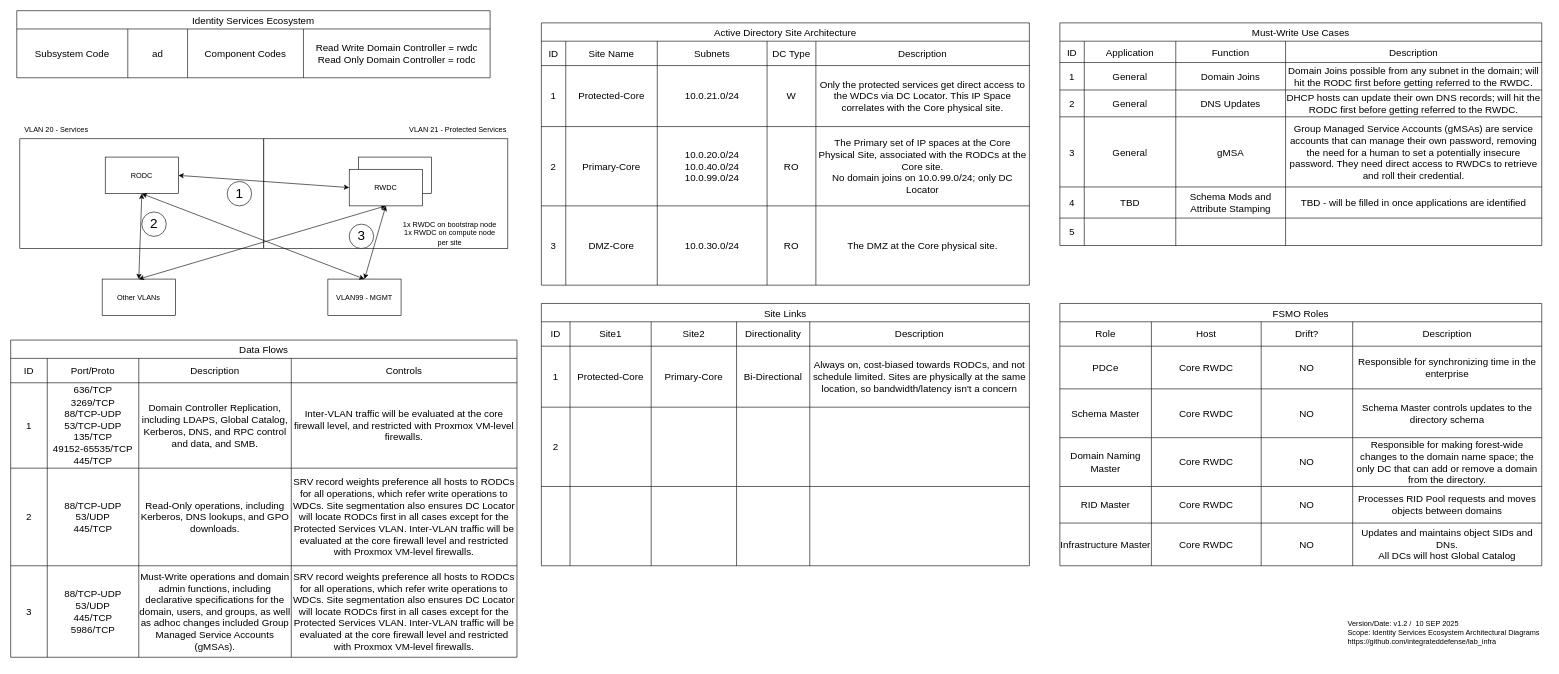
Above: page "Page-1" (1 of 2) of diagrams/Subsystems/Identity Services.drawio in integrateddefense/lab_infra (draw.io), before the change. Source tidied: cells renumbered, new cells numbered last; positions are measured from the earlier drawing's top-left corner, leaving out a move shared by most shapes. Both pictures are drawn from the tidied source at 61%, with x=0, y=0 at pixel (10, 10).
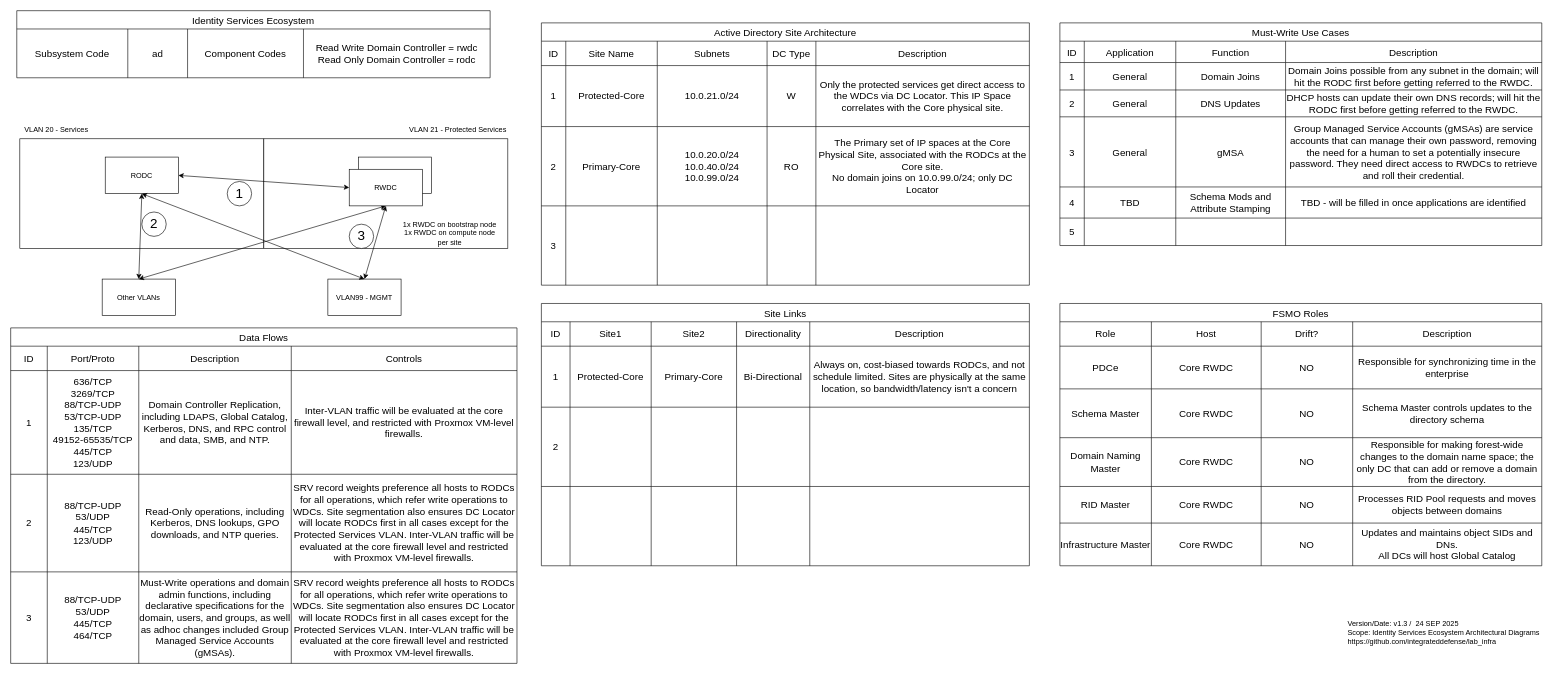
The same page after the edit.

Commit message (it also covers changes not shown here):
port updates for data flows

Unchanged cells that the change refers to:
```xml
<mxCell id="58" style="shape=tableRow;horizontal=0;startSize=0;swimlaneHead=0;swimlaneBody=0;strokeColor=inherit;top=0;left=0;bottom=0;right=0;fillColor=none;fontSize=16;" parent="39" vertex="1">
  <mxGeometry y="300" width="800" height="130" as="geometry" />
</mxCell>
```

Change to the diagram source:
```diff
@@
-    <mxCell id="2" value="Version/Date: v1.2 /&amp;nbsp; 10 SEP 2025&lt;div&gt;Scope: Identity Services Ecosystem Architectural Diagrams&lt;/div&gt;&lt;div&gt;https://github.com/integrateddefense/lab_infra&lt;/div&gt;" style="text;html=1;align=left;verticalAlign=middle;whiteSpace=wrap;rounded=0;spacingBottom=0;" parent="1" vertex="1">
+    <mxCell id="2" value="Version/Date: v1.3 /&amp;nbsp; 24 SEP 2025&lt;div&gt;Scope: Identity Services Ecosystem Architectural Diagrams&lt;/div&gt;&lt;div&gt;https://github.com/integrateddefense/lab_infra&lt;/div&gt;" style="text;html=1;align=left;verticalAlign=middle;whiteSpace=wrap;rounded=0;spacingBottom=0;" parent="1" vertex="1">
       <mxGeometry x="2190" y="970" width="330" height="100" as="geometry" />
     </mxCell>
@@
     <mxCell id="13" value="Data Flows" style="shape=table;startSize=30;childLayout=tableLayout;strokeColor=default;fontSize=16;" parent="1" vertex="1">
-      <mxGeometry y="540" width="830" height="520" as="geometry" />
+      <mxGeometry y="520" width="830" height="550" as="geometry" />
     </mxCell>
@@
     <mxCell id="19" style="shape=tableRow;horizontal=0;startSize=0;swimlaneHead=0;swimlaneBody=0;strokeColor=inherit;top=0;left=0;bottom=0;right=0;fillColor=none;fontSize=16;" parent="13" vertex="1">
-      <mxGeometry y="70" width="830" height="140" as="geometry" />
+      <mxGeometry y="70" width="830" height="170" as="geometry" />
     </mxCell>
     <mxCell id="20" value="1" style="shape=partialRectangle;html=1;whiteSpace=wrap;strokeColor=inherit;overflow=hidden;fillColor=none;top=0;left=0;bottom=0;right=0;fontSize=16;" parent="19" vertex="1">
-      <mxGeometry width="60" height="140" as="geometry" />
+      <mxGeometry width="60" height="170" as="geometry" />
     </mxCell>
-    <mxCell id="21" value="636/TCP&lt;br&gt;3269/TCP&lt;br&gt;&lt;div&gt;88/TCP-UDP&lt;/div&gt;&lt;div&gt;53/TCP-UDP&lt;/div&gt;&lt;div&gt;135/TCP&lt;/div&gt;&lt;div&gt;49152-65535/TCP&lt;/div&gt;&lt;div&gt;445/TCP&lt;/div&gt;" style="shape=partialRectangle;html=1;whiteSpace=wrap;strokeColor=inherit;overflow=hidden;fillColor=none;top=0;left=0;bottom=0;right=0;fontSize=16;" parent="19" vertex="1">
-      <mxGeometry x="60" width="150" height="140" as="geometry" />
+    <mxCell id="21" value="636/TCP&lt;br&gt;3269/TCP&lt;br&gt;&lt;div&gt;88/TCP-UDP&lt;/div&gt;&lt;div&gt;53/TCP-UDP&lt;/div&gt;&lt;div&gt;135/TCP&lt;/div&gt;&lt;div&gt;49152-65535/TCP&lt;/div&gt;&lt;div&gt;445/TCP&lt;/div&gt;&lt;div&gt;123/UDP&lt;/div&gt;" style="shape=partialRectangle;html=1;whiteSpace=wrap;strokeColor=inherit;overflow=hidden;fillColor=none;top=0;left=0;bottom=0;right=0;fontSize=16;" parent="19" vertex="1">
+      <mxGeometry x="60" width="150" height="170" as="geometry" />
     </mxCell>
-    <mxCell id="22" value="Domain Controller Replication, including LDAPS, Global Catalog, Kerberos, DNS, and RPC control and data, and SMB." style="shape=partialRectangle;html=1;whiteSpace=wrap;strokeColor=inherit;overflow=hidden;fillColor=none;top=0;left=0;bottom=0;right=0;fontSize=16;" parent="19" vertex="1">
-      <mxGeometry x="210" width="250" height="140" as="geometry" />
+    <mxCell id="22" value="Domain Controller Replication, including LDAPS, Global Catalog, Kerberos, DNS, and RPC control and data, SMB, and NTP." style="shape=partialRectangle;html=1;whiteSpace=wrap;strokeColor=inherit;overflow=hidden;fillColor=none;top=0;left=0;bottom=0;right=0;fontSize=16;" parent="19" vertex="1">
+      <mxGeometry x="210" width="250" height="170" as="geometry" />
     </mxCell>
     <mxCell id="23" value="Inter-VLAN traffic will be evaluated at the core firewall level, and restricted with Proxmox VM-level firewalls." style="shape=partialRectangle;html=1;whiteSpace=wrap;strokeColor=inherit;overflow=hidden;fillColor=none;top=0;left=0;bottom=0;right=0;fontSize=16;" parent="19" vertex="1">
-      <mxGeometry x="460" width="370" height="140" as="geometry" />
+      <mxGeometry x="460" width="370" height="170" as="geometry" />
     </mxCell>
     <mxCell id="24" style="shape=tableRow;horizontal=0;startSize=0;swimlaneHead=0;swimlaneBody=0;strokeColor=inherit;top=0;left=0;bottom=0;right=0;fillColor=none;fontSize=16;" parent="13" vertex="1">
-      <mxGeometry y="210" width="830" height="160" as="geometry" />
+      <mxGeometry y="240" width="830" height="160" as="geometry" />
     </mxCell>
@@
-    <mxCell id="26" value="88/TCP-UDP&lt;div&gt;53/UDP&lt;/div&gt;&lt;div&gt;445/TCP&lt;/div&gt;" style="shape=partialRectangle;html=1;whiteSpace=wrap;strokeColor=inherit;overflow=hidden;fillColor=none;top=0;left=0;bottom=0;right=0;fontSize=16;" parent="24" vertex="1">
+    <mxCell id="26" value="88/TCP-UDP&lt;div&gt;53/UDP&lt;/div&gt;&lt;div&gt;445/TCP&lt;/div&gt;&lt;div&gt;123/UDP&lt;/div&gt;" style="shape=partialRectangle;html=1;whiteSpace=wrap;strokeColor=inherit;overflow=hidden;fillColor=none;top=0;left=0;bottom=0;right=0;fontSize=16;" parent="24" vertex="1">
       <mxGeometry x="60" width="150" height="160" as="geometry" />
     </mxCell>
-    <mxCell id="27" value="Read-Only operations, including Kerberos, DNS lookups, and GPO downloads." style="shape=partialRectangle;html=1;whiteSpace=wrap;strokeColor=inherit;overflow=hidden;fillColor=none;top=0;left=0;bottom=0;right=0;fontSize=16;" parent="24" vertex="1">
+    <mxCell id="27" value="Read-Only operations, including Kerberos, DNS lookups, GPO downloads, and NTP queries." style="shape=partialRectangle;html=1;whiteSpace=wrap;strokeColor=inherit;overflow=hidden;fillColor=none;top=0;left=0;bottom=0;right=0;fontSize=16;" parent="24" vertex="1">
       <mxGeometry x="210" width="250" height="160" as="geometry" />
     </mxCell>
@@
     <mxCell id="29" style="shape=tableRow;horizontal=0;startSize=0;swimlaneHead=0;swimlaneBody=0;strokeColor=inherit;top=0;left=0;bottom=0;right=0;fillColor=none;fontSize=16;" parent="13" vertex="1">
-      <mxGeometry y="370" width="830" height="150" as="geometry" />
+      <mxGeometry y="400" width="830" height="150" as="geometry" />
     </mxCell>
@@
-    <mxCell id="31" value="88/TCP-UDP&lt;div&gt;53/UDP&lt;/div&gt;&lt;div&gt;445/TCP&lt;/div&gt;&lt;div&gt;5986/TCP&lt;/div&gt;" style="shape=partialRectangle;html=1;whiteSpace=wrap;strokeColor=inherit;overflow=hidden;fillColor=none;top=0;left=0;bottom=0;right=0;fontSize=16;" parent="29" vertex="1">
+    <mxCell id="31" value="88/TCP-UDP&lt;div&gt;53/UDP&lt;/div&gt;&lt;div&gt;445/TCP&lt;/div&gt;&lt;div&gt;&lt;span style=&quot;background-color: transparent; color: light-dark(rgb(0, 0, 0), rgb(255, 255, 255));&quot;&gt;464/TCP&lt;/span&gt;&lt;/div&gt;" style="shape=partialRectangle;html=1;whiteSpace=wrap;strokeColor=inherit;overflow=hidden;fillColor=none;top=0;left=0;bottom=0;right=0;fontSize=16;" parent="29" vertex="1">
       <mxGeometry x="60" width="150" height="150" as="geometry" />
     </mxCell>
@@
-    <mxCell id="60" value="DMZ-Core" style="shape=partialRectangle;html=1;whiteSpace=wrap;strokeColor=inherit;overflow=hidden;fillColor=none;top=0;left=0;bottom=0;right=0;fontSize=16;" parent="58" vertex="1">
+    <mxCell id="60" style="shape=partialRectangle;html=1;whiteSpace=wrap;strokeColor=inherit;overflow=hidden;fillColor=none;top=0;left=0;bottom=0;right=0;fontSize=16;" parent="58" vertex="1">
       <mxGeometry x="40" width="150" height="130" as="geometry" />
     </mxCell>
-    <mxCell id="61" value="10.0.30.0/24" style="shape=partialRectangle;html=1;whiteSpace=wrap;strokeColor=inherit;overflow=hidden;fillColor=none;top=0;left=0;bottom=0;right=0;fontSize=16;" parent="58" vertex="1">
+    <mxCell id="61" style="shape=partialRectangle;html=1;whiteSpace=wrap;strokeColor=inherit;overflow=hidden;fillColor=none;top=0;left=0;bottom=0;right=0;fontSize=16;" parent="58" vertex="1">
       <mxGeometry x="190" width="180" height="130" as="geometry" />
     </mxCell>
-    <mxCell id="62" value="RO" style="shape=partialRectangle;html=1;whiteSpace=wrap;strokeColor=inherit;overflow=hidden;fillColor=none;top=0;left=0;bottom=0;right=0;fontSize=16;" parent="58" vertex="1">
+    <mxCell id="62" style="shape=partialRectangle;html=1;whiteSpace=wrap;strokeColor=inherit;overflow=hidden;fillColor=none;top=0;left=0;bottom=0;right=0;fontSize=16;" parent="58" vertex="1">
       <mxGeometry x="370" width="80" height="130" as="geometry" />
     </mxCell>
-    <mxCell id="63" value="The DMZ at the Core physical site." style="shape=partialRectangle;html=1;whiteSpace=wrap;strokeColor=inherit;overflow=hidden;fillColor=none;top=0;left=0;bottom=0;right=0;fontSize=16;" parent="58" vertex="1">
+    <mxCell id="63" style="shape=partialRectangle;html=1;whiteSpace=wrap;strokeColor=inherit;overflow=hidden;fillColor=none;top=0;left=0;bottom=0;right=0;fontSize=16;" parent="58" vertex="1">
       <mxGeometry x="450" width="350" height="130" as="geometry" />
     </mxCell>
```
